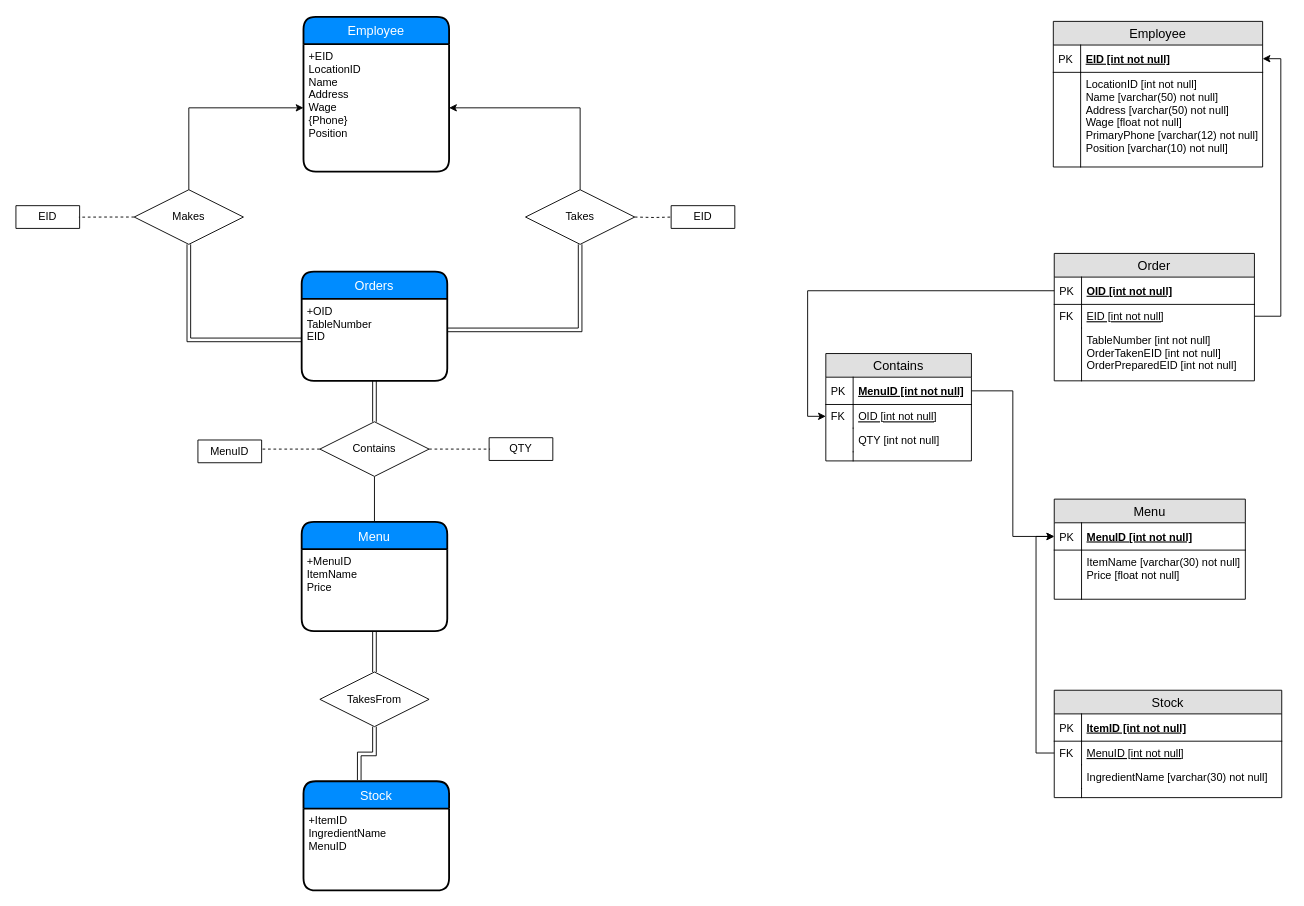
The draw.io diagram Deliverables/POS_ER_Diagram.drawio in ajgray2017/CSC455_FinalProject, before the edit. Source tidied: cells renumbered, new cells numbered last; positions are measured from the earlier drawing's top-left corner, leaving out a move shared by most shapes. Both pictures are drawn from the tidied source at 91%, with x=0, y=0 at pixel (15, 16).
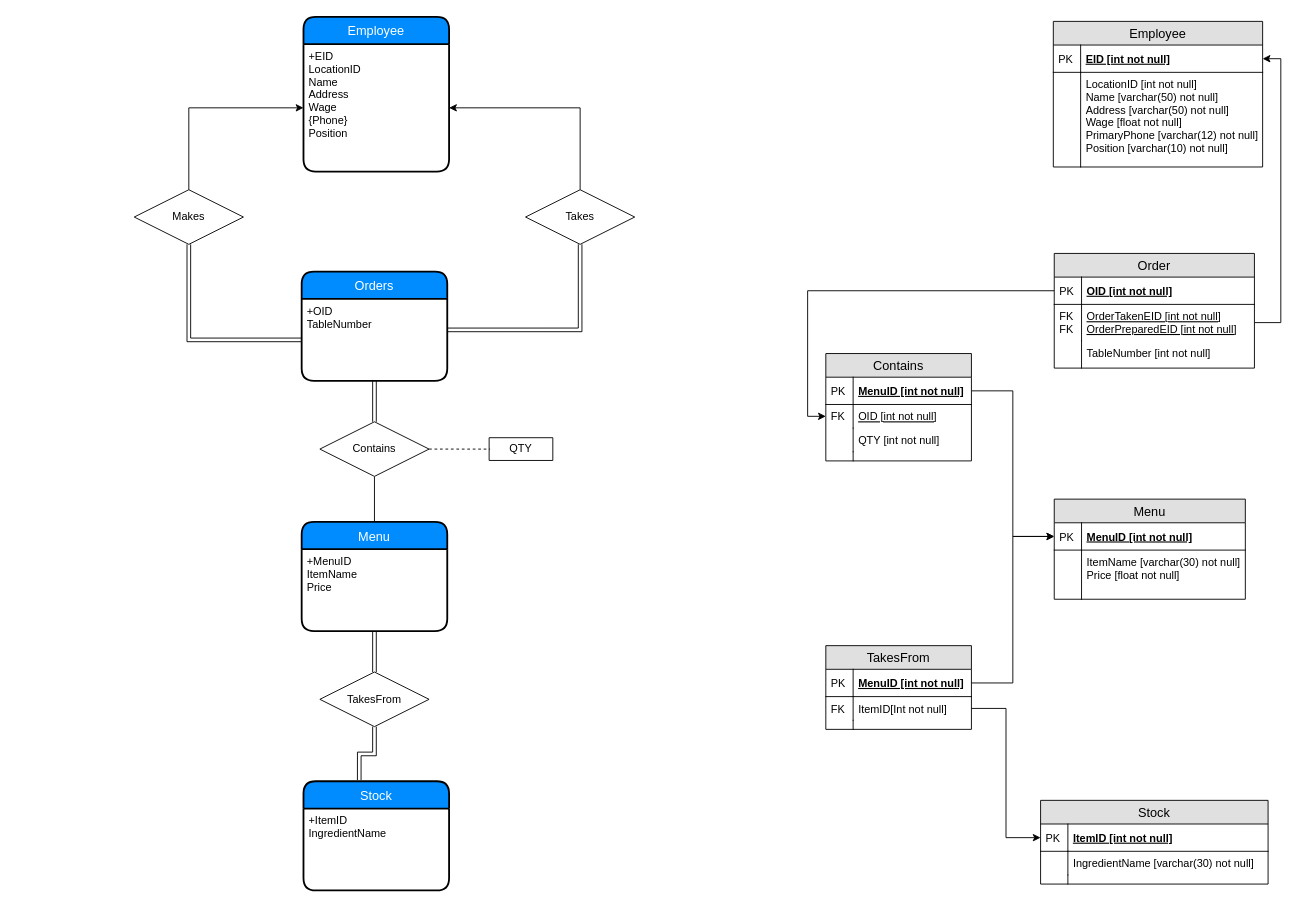
The same page after the edit.

The change refers to these unchanged cells:
```xml
<mxCell id="2" value="Orders" style="swimlane;horizontal=1;startSize=30;fillColor=#008cff;fontColor=#FFFFFF;rounded=1;fontSize=14;fontStyle=0;strokeWidth=2;shadow=0;dashed=0;align=center;" parent="1" vertex="1">
  <mxGeometry x="314" y="280" width="160" height="120" as="geometry" />
</mxCell>
<mxCell id="11" value="Contains" style="shape=rhombus;perimeter=rhombusPerimeter;whiteSpace=wrap;html=1;align=center;" parent="1" vertex="1">
  <mxGeometry x="334" y="445" width="120" height="60" as="geometry" />
</mxCell>
<mxCell id="17" value="Makes" style="shape=rhombus;perimeter=rhombusPerimeter;whiteSpace=wrap;html=1;align=center;" parent="1" vertex="1">
  <mxGeometry x="130" y="190" width="120" height="60" as="geometry" />
</mxCell>
<mxCell id="29" value="Stock" style="swimlane;horizontal=1;startSize=30;fillColor=#008cff;fontColor=#FFFFFF;rounded=1;fontSize=14;fontStyle=0;strokeWidth=2;shadow=0;dashed=0;align=center;" parent="1" vertex="1">
  <mxGeometry x="316" y="840" width="160" height="120" as="geometry" />
</mxCell>
<mxCell id="42" value="MenuID [int not null]" style="shape=partialRectangle;top=0;left=0;right=0;bottom=1;align=left;verticalAlign=middle;fillColor=none;spacingLeft=34;spacingRight=4;overflow=hidden;points=[[0,0.5],[1,0.5]];portConstraint=eastwest;fontStyle=5;fontSize=12;" parent="41" vertex="1">
  <mxGeometry y="26" width="210" height="30" as="geometry" />
</mxCell>
<mxCell id="47" value="ItemID [int not null]" style="shape=partialRectangle;top=0;left=0;right=0;bottom=1;align=left;verticalAlign=middle;fillColor=none;spacingLeft=34;spacingRight=4;overflow=hidden;points=[[0,0.5],[1,0.5]];portConstraint=eastwest;fontStyle=5;fontSize=12;" parent="46" vertex="1">
  <mxGeometry y="26" width="250" height="30" as="geometry" />
</mxCell>
```

Change to the diagram source:
```diff
@@
-<mxGraphModel>
+<mxGraphModel background="#FFFFFF">
@@
-    <mxCell id="3" value="+OID&#10;TableNumber&#10;EID &#10;" style="align=left;strokeColor=none;fillColor=none;spacingLeft=4;fontSize=12;verticalAlign=top;" parent="2" vertex="1">
+    <mxCell id="3" value="+OID&#10;TableNumber&#10;" style="align=left;strokeColor=none;fillColor=none;spacingLeft=4;fontSize=12;verticalAlign=top;" parent="2" vertex="1">
       <mxGeometry y="30" width="160" height="90" as="geometry" />
     </mxCell>
@@
-    <mxCell id="10" style="edgeStyle=orthogonalEdgeStyle;rounded=0;jettySize=auto;html=1;exitX=0;exitY=0.5;exitDx=0;exitDy=0;entryX=1;entryY=0.401;entryDx=0;entryDy=0;entryPerimeter=0;startArrow=none;startFill=0;endArrow=none;endFill=0;strokeColor=#000000;dashed=1;" parent="1" edge="1" source="11" target="27">
-      <mxGeometry relative="1" as="geometry" />
-    </mxCell>
@@
-    <mxCell id="15" style="edgeStyle=orthogonalEdgeStyle;rounded=0;jettySize=auto;html=1;exitX=0;exitY=0.5;exitDx=0;exitDy=0;entryX=0.988;entryY=0.505;entryDx=0;entryDy=0;entryPerimeter=0;dashed=1;startArrow=none;startFill=0;endArrow=none;endFill=0;strokeColor=#000000;" parent="1" edge="1" source="17" target="24">
-      <mxGeometry relative="1" as="geometry" />
-    </mxCell>
@@
-    <mxCell id="21" style="edgeStyle=orthogonalEdgeStyle;rounded=0;jettySize=auto;html=1;exitX=1;exitY=0.5;exitDx=0;exitDy=0;entryX=0.015;entryY=0.501;entryDx=0;entryDy=0;entryPerimeter=0;startArrow=none;startFill=0;endArrow=none;endFill=0;strokeColor=#000000;dashed=1;" parent="1" edge="1" target="22">
-      <mxGeometry relative="1" as="geometry">
-        <mxPoint x="680" y="220" as="sourcePoint" />
-      </mxGeometry>
-    </mxCell>
-    <mxCell id="22" style="verticalLabelPosition=bottom;verticalAlign=top;html=1;shape=mxgraph.basic.rect;fillColor2=none;strokeWidth=1;size=20;indent=5;fillColor=none;" parent="1" vertex="1">
-      <mxGeometry x="720" y="207.5" width="70" height="25" as="geometry" />
-    </mxCell>
-    <mxCell id="23" value="EID" style="text;html=1;strokeColor=none;fillColor=none;align=center;verticalAlign=middle;whiteSpace=wrap;rounded=0;" parent="1" vertex="1">
-      <mxGeometry x="735" y="210" width="40" height="20" as="geometry" />
-    </mxCell>
-    <mxCell id="24" style="verticalLabelPosition=bottom;verticalAlign=top;html=1;shape=mxgraph.basic.rect;fillColor2=none;strokeWidth=1;size=20;indent=5;fillColor=none;" parent="1" vertex="1">
-      <mxGeometry y="207.5" width="70" height="25" as="geometry" />
-    </mxCell>
-    <mxCell id="25" value="EID" style="text;html=1;strokeColor=none;fillColor=none;align=center;verticalAlign=middle;whiteSpace=wrap;rounded=0;" parent="1" vertex="1">
-      <mxGeometry x="15" y="210" width="40" height="20" as="geometry" />
-    </mxCell>
@@
-    <mxCell id="27" style="verticalLabelPosition=bottom;verticalAlign=top;html=1;shape=mxgraph.basic.rect;fillColor2=none;strokeWidth=1;size=20;indent=5;fillColor=none;" parent="1" vertex="1">
-      <mxGeometry x="200" y="465" width="70" height="25" as="geometry" />
-    </mxCell>
-    <mxCell id="28" value="MenuID" style="text;html=1;strokeColor=none;fillColor=none;align=center;verticalAlign=middle;whiteSpace=wrap;rounded=0;" parent="1" vertex="1">
-      <mxGeometry x="215" y="467.5" width="40" height="20" as="geometry" />
-    </mxCell>
@@
-    <mxCell id="30" value="+ItemID&#10;IngredientName&#10;MenuID" style="align=left;strokeColor=none;fillColor=none;spacingLeft=4;fontSize=12;verticalAlign=top;" parent="29" vertex="1">
+    <mxCell id="30" value="+ItemID&#10;IngredientName" style="align=left;strokeColor=none;fillColor=none;spacingLeft=4;fontSize=12;verticalAlign=top;" parent="29" vertex="1">
       <mxGeometry y="30" width="160" height="90" as="geometry" />
     </mxCell>
@@
     <mxCell id="46" value="Stock" style="swimlane;fontStyle=0;horizontal=1;startSize=26;fillColor=#e0e0e0;swimlaneFillColor=#ffffff;align=center;fontSize=14;" parent="1" vertex="1">
-      <mxGeometry x="1141" y="740" width="250" height="118" as="geometry" />
+      <mxGeometry x="1126" y="861" width="250" height="92" as="geometry" />
     </mxCell>
@@
-    <mxCell id="49" value="MenuID [int not null]" style="shape=partialRectangle;top=0;left=0;right=0;bottom=0;align=left;verticalAlign=top;fillColor=none;spacingLeft=34;spacingRight=4;overflow=hidden;points=[[0,0.5],[1,0.5]];portConstraint=eastwest;fontSize=12;fontStyle=4;" parent="46" vertex="1">
-      <mxGeometry y="56" width="250" height="26" as="geometry" />
-    </mxCell>
-    <mxCell id="50" value="FK" style="shape=partialRectangle;top=0;left=0;bottom=0;fillColor=none;align=left;verticalAlign=top;spacingLeft=4;spacingRight=4;overflow=hidden;fontSize=12;" parent="49" vertex="1">
-      <mxGeometry width="30" height="26" as="geometry" />
-    </mxCell>
     <mxCell id="51" value="IngredientName [varchar(30) not null]" style="shape=partialRectangle;top=0;left=0;right=0;bottom=0;align=left;verticalAlign=top;fillColor=none;spacingLeft=34;spacingRight=4;overflow=hidden;fontSize=12;" parent="46" vertex="1">
-      <mxGeometry y="82" width="250" height="26" as="geometry" />
+      <mxGeometry y="56" width="250" height="26" as="geometry" />
     </mxCell>
@@
     <mxCell id="53" style="shape=partialRectangle;top=0;left=0;right=0;bottom=0;align=left;verticalAlign=top;fillColor=none;spacingLeft=34;spacingRight=4;overflow=hidden;fontSize=12;" parent="46" vertex="1">
-      <mxGeometry y="108" width="250" height="10" as="geometry" />
+      <mxGeometry y="82" width="250" height="10" as="geometry" />
     </mxCell>
@@
-    <mxCell id="55" style="edgeStyle=orthogonalEdgeStyle;rounded=0;jettySize=auto;html=1;exitX=0;exitY=0.5;exitDx=0;exitDy=0;entryX=0;entryY=0.5;entryDx=0;entryDy=0;startArrow=none;startFill=0;endArrow=classic;endFill=1;strokeColor=#000000;" parent="1" edge="1" source="49" target="42">
-      <mxGeometry relative="1" as="geometry" />
-    </mxCell>
@@
     <mxCell id="67" value="Order" style="swimlane;fontStyle=0;horizontal=1;startSize=26;fillColor=#e0e0e0;swimlaneFillColor=#ffffff;align=center;fontSize=14;" parent="1" vertex="1">
-      <mxGeometry x="1141" y="260" width="220" height="140" as="geometry" />
+      <mxGeometry x="1141" y="260" width="220" height="126" as="geometry" />
     </mxCell>
@@
-    <mxCell id="70" value="EID [int not null]" style="shape=partialRectangle;top=0;left=0;right=0;bottom=0;align=left;verticalAlign=top;fillColor=none;spacingLeft=34;spacingRight=4;overflow=hidden;points=[[0,0.5],[1,0.5]];portConstraint=eastwest;fontSize=12;fontStyle=4;" parent="67" vertex="1">
-      <mxGeometry y="56" width="220" height="26" as="geometry" />
+    <mxCell id="70" value="OrderTakenEID [int not null]&#10;OrderPreparedEID [int not null]" style="shape=partialRectangle;top=0;left=0;right=0;bottom=0;align=left;verticalAlign=top;fillColor=none;spacingLeft=34;spacingRight=4;overflow=hidden;points=[[0,0.5],[1,0.5]];portConstraint=eastwest;fontSize=12;fontStyle=4;" parent="67" vertex="1">
+      <mxGeometry y="56" width="220" height="40" as="geometry" />
     </mxCell>
-    <mxCell id="71" value="FK" style="shape=partialRectangle;top=0;left=0;bottom=0;fillColor=none;align=left;verticalAlign=top;spacingLeft=4;spacingRight=4;overflow=hidden;fontSize=12;" parent="70" vertex="1">
-      <mxGeometry width="30" height="26" as="geometry" />
+    <mxCell id="71" value="FK&#10;FK" style="shape=partialRectangle;top=0;left=0;bottom=0;fillColor=none;align=left;verticalAlign=top;spacingLeft=4;spacingRight=4;overflow=hidden;fontSize=12;" parent="70" vertex="1">
+      <mxGeometry width="30" height="40" as="geometry" />
     </mxCell>
-    <mxCell id="72" value="TableNumber [int not null]&#10;OrderTakenEID [int not null]&#10;OrderPreparedEID [int not null]" style="shape=partialRectangle;top=0;left=0;right=0;bottom=0;align=left;verticalAlign=top;fillColor=none;spacingLeft=34;spacingRight=4;overflow=hidden;fontSize=12;" parent="67" vertex="1">
-      <mxGeometry y="82" width="220" height="58" as="geometry" />
+    <mxCell id="72" value="TableNumber [int not null]" style="shape=partialRectangle;top=0;left=0;right=0;bottom=0;align=left;verticalAlign=top;fillColor=none;spacingLeft=34;spacingRight=4;overflow=hidden;fontSize=12;" parent="67" vertex="1">
+      <mxGeometry y="96" width="220" height="30" as="geometry" />
     </mxCell>
     <mxCell id="73" style="shape=partialRectangle;top=0;left=0;bottom=0;fillColor=none;align=left;verticalAlign=top;spacingLeft=4;spacingRight=4;overflow=hidden;fontSize=12;" parent="72" vertex="1">
-      <mxGeometry width="30" height="58" as="geometry" />
+      <mxGeometry width="30" height="30" as="geometry" />
     </mxCell>
     <mxCell id="74" style="shape=partialRectangle;top=0;left=0;right=0;bottom=0;align=left;verticalAlign=top;fillColor=none;spacingLeft=34;spacingRight=4;overflow=hidden;fontSize=12;" parent="67" vertex="1">
-      <mxGeometry y="140" width="220" as="geometry" />
+      <mxGeometry y="126" width="220" as="geometry" />
     </mxCell>
@@
+    <mxCell id="77" value="TakesFrom" style="swimlane;fontStyle=0;horizontal=1;startSize=26;fillColor=#e0e0e0;swimlaneFillColor=#ffffff;align=center;fontSize=14;" parent="1" vertex="1">
+      <mxGeometry x="890" y="691" width="160" height="92" as="geometry" />
+    </mxCell>
+    <mxCell id="49" value="MenuID [int not null]" style="shape=partialRectangle;top=0;left=0;right=0;bottom=1;align=left;verticalAlign=middle;fillColor=none;spacingLeft=34;spacingRight=4;overflow=hidden;points=[[0,0.5],[1,0.5]];portConstraint=eastwest;fontStyle=5;fontSize=12;" parent="77" vertex="1">
+      <mxGeometry y="26" width="160" height="30" as="geometry" />
+    </mxCell>
+    <mxCell id="78" value="PK" style="shape=partialRectangle;top=0;left=0;bottom=0;fillColor=none;align=left;verticalAlign=middle;spacingLeft=4;spacingRight=4;overflow=hidden;fontSize=12;" parent="49" vertex="1">
+      <mxGeometry width="30" height="30" as="geometry" />
+    </mxCell>
+    <mxCell id="79" value="ItemID[Int not null]" style="shape=partialRectangle;top=0;left=0;right=0;bottom=0;align=left;verticalAlign=top;fillColor=none;spacingLeft=34;spacingRight=4;overflow=hidden;points=[[0,0.5],[1,0.5]];portConstraint=eastwest;fontSize=12;fontStyle=0;" parent="77" vertex="1">
+      <mxGeometry y="56" width="160" height="26" as="geometry" />
+    </mxCell>
+    <mxCell id="50" value="FK" style="shape=partialRectangle;top=0;left=0;bottom=0;fillColor=none;align=left;verticalAlign=top;spacingLeft=4;spacingRight=4;overflow=hidden;fontSize=12;" parent="79" vertex="1">
+      <mxGeometry width="30" height="26" as="geometry" />
+    </mxCell>
+    <mxCell id="80" style="shape=partialRectangle;top=0;left=0;right=0;bottom=0;align=left;verticalAlign=top;fillColor=none;spacingLeft=34;spacingRight=4;overflow=hidden;fontSize=12;" parent="77" vertex="1">
+      <mxGeometry y="82" width="160" height="10" as="geometry" />
+    </mxCell>
+    <mxCell id="81" style="shape=partialRectangle;top=0;left=0;bottom=0;fillColor=none;align=left;verticalAlign=top;spacingLeft=4;spacingRight=4;overflow=hidden;fontSize=12;" parent="80" vertex="1">
+      <mxGeometry width="30" height="10" as="geometry" />
+    </mxCell>
+    <mxCell id="82" style="edgeStyle=orthogonalEdgeStyle;rounded=0;jettySize=auto;html=1;exitX=1;exitY=0.5;exitDx=0;exitDy=0;entryX=0;entryY=0.5;entryDx=0;entryDy=0;" parent="1" edge="1" source="79" target="47">
+      <mxGeometry relative="1" as="geometry" />
+    </mxCell>
+    <mxCell id="55" style="edgeStyle=orthogonalEdgeStyle;rounded=0;jettySize=auto;html=1;exitX=1;exitY=0.5;exitDx=0;exitDy=0;entryX=0;entryY=0.5;entryDx=0;entryDy=0;" parent="1" edge="1" source="49" target="42">
+      <mxGeometry relative="1" as="geometry" />
+    </mxCell>
```
